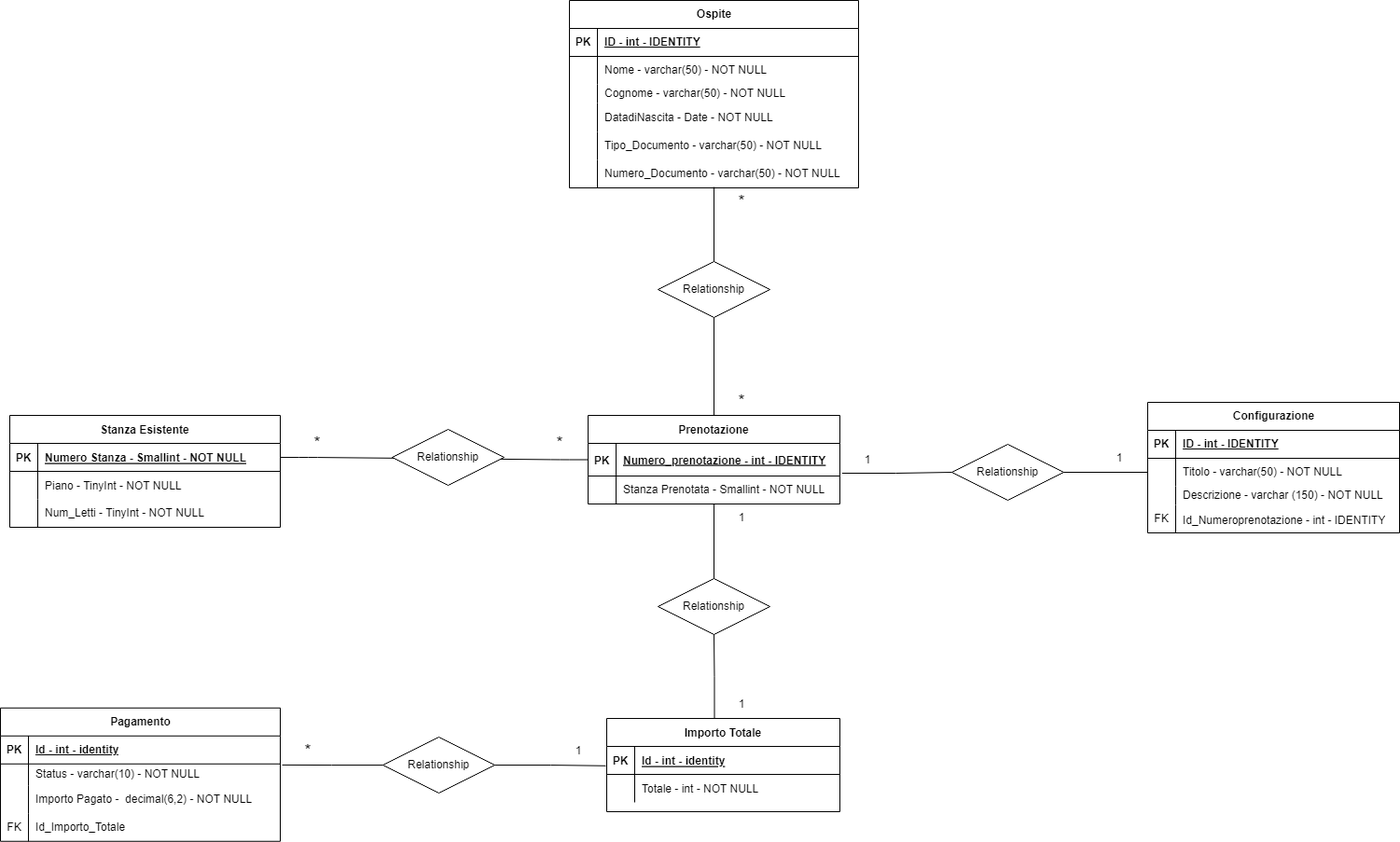
AlexFruitPunch/db-hotel-tecnico keeps this draw.io diagram as DiagrammaER-Hotel.png. Above is the earlier version. Source tidied: cells renumbered, new cells last; positions are measured from the earlier drawing's top-left corner, leaving out a move shared by most shapes.
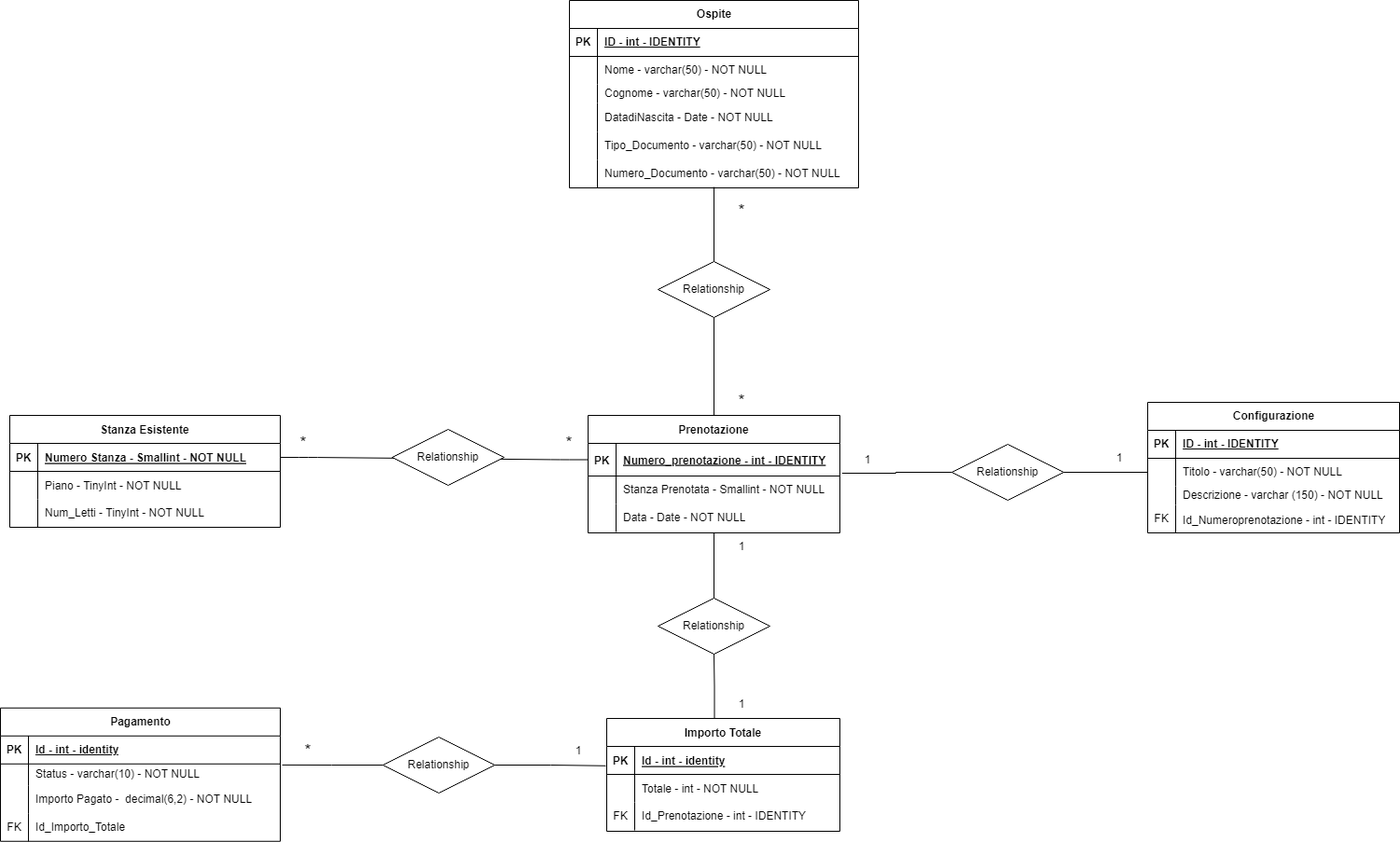
Above is the later version.

Commit message:
Sistemazione delle foreign key e alcuni dati mancanti

Change to the diagram source:
```diff
@@ -12,7 +12,7 @@
       <mxGeometry relative="1" as="geometry" />
     </mxCell>
     <mxCell id="5" value="Prenotazione" style="shape=table;startSize=30;rowLines=0;fontStyle=1;align=center;" parent="1" vertex="1">
-      <mxGeometry x="630" y="445" width="270" height="95" as="geometry" />
+      <mxGeometry x="630" y="445" width="270" height="126" as="geometry" />
     </mxCell>
     <mxCell id="6" style="shape=partialRectangle;fillColor=none;points=[[0,0.5],[1,0.5]];portConstraint=eastwest;top=0;left=0;right=0;bottom=1;" parent="5" vertex="1">
       <mxGeometry y="30" width="270" height="35" as="geometry" />
@@ -32,8 +32,17 @@
     <mxCell id="11" value="Stanza Prenotata - Smallint - NOT NULL&amp;nbsp;" style="shape=partialRectangle;fillColor=none;top=0;left=0;bottom=0;right=0;align=left;spacingLeft=6;overflow=hidden;fontSize=12;html=1;" parent="9" vertex="1">
       <mxGeometry x="30" width="240" height="30" as="geometry" />
     </mxCell>
+    <mxCell id="95" style="shape=tableRow;horizontal=0;startSize=0;swimlaneHead=0;swimlaneBody=0;fillColor=none;top=0;left=0;right=0;bottom=0;fontSize=12;html=1;" parent="5" vertex="1">
+      <mxGeometry y="95" width="270" height="30" as="geometry" />
+    </mxCell>
+    <mxCell id="96" style="shape=partialRectangle;fillColor=none;top=0;left=0;bottom=0;right=0;overflow=hidden;fontSize=12;html=1;" parent="95" vertex="1">
+      <mxGeometry width="30" height="30" as="geometry" />
+    </mxCell>
+    <mxCell id="97" value="Data - Date - NOT NULL" style="shape=partialRectangle;fillColor=none;top=0;left=0;bottom=0;right=0;align=left;spacingLeft=6;overflow=hidden;fontSize=12;html=1;" parent="95" vertex="1">
+      <mxGeometry x="30" width="240" height="30" as="geometry" />
+    </mxCell>
     <mxCell id="12" value="Importo Totale" style="shape=table;startSize=30;rowLines=0;fontStyle=1;align=center;" parent="1" vertex="1">
-      <mxGeometry x="650" y="770" width="250" height="100" as="geometry" />
+      <mxGeometry x="650" y="770" width="250" height="121" as="geometry" />
     </mxCell>
     <mxCell id="13" style="shape=partialRectangle;fillColor=none;points=[[0,0.5],[1,0.5]];portConstraint=eastwest;top=0;left=0;right=0;bottom=1;" parent="12" vertex="1">
       <mxGeometry y="30" width="250" height="30" as="geometry" />
@@ -53,6 +62,15 @@
     <mxCell id="18" value="Totale - int - NOT NULL" style="shape=partialRectangle;overflow=hidden;fillColor=none;top=0;left=0;bottom=0;right=0;align=left;spacingLeft=6;" parent="16" vertex="1">
       <mxGeometry x="30" width="220" height="30" as="geometry" />
     </mxCell>
+    <mxCell id="98" style="shape=tableRow;horizontal=0;startSize=0;swimlaneHead=0;swimlaneBody=0;fillColor=none;top=0;left=0;right=0;bottom=0;fontSize=12;html=1;" parent="12" vertex="1">
+      <mxGeometry y="90" width="250" height="30" as="geometry" />
+    </mxCell>
+    <mxCell id="99" value="FK" style="shape=partialRectangle;fillColor=none;top=0;left=0;bottom=0;right=0;fontStyle=0;overflow=hidden;fontSize=12;html=1;" parent="98" vertex="1">
+      <mxGeometry width="30" height="30" as="geometry" />
+    </mxCell>
+    <mxCell id="100" value="Id_Prenotazione - int - IDENTITY" style="shape=partialRectangle;fillColor=none;top=0;left=0;bottom=0;right=0;align=left;spacingLeft=6;fontStyle=0;overflow=hidden;fontSize=12;html=1;" parent="98" vertex="1">
+      <mxGeometry x="30" width="220" height="30" as="geometry" />
+    </mxCell>
     <mxCell id="19" value="Stanza Esistente" style="shape=table;startSize=30;rowLines=0;fontStyle=1;align=center;" parent="1" vertex="1">
       <mxGeometry x="10" y="445" width="290" height="120" as="geometry" />
     </mxCell>
@@ -87,13 +105,13 @@
       <mxGeometry x="420" y="460" width="120" height="60" as="geometry" />
     </mxCell>
     <mxCell id="30" value="*" style="text;html=1;strokeColor=none;fillColor=none;align=center;verticalAlign=middle;whiteSpace=wrap;rounded=0;fontSize=18;" parent="1" vertex="1">
-      <mxGeometry x="310" y="460" width="60" height="30" as="geometry" />
+      <mxGeometry x="295" y="460" width="60" height="30" as="geometry" />
     </mxCell>
     <mxCell id="31" value="*" style="text;html=1;strokeColor=none;fillColor=none;align=center;verticalAlign=middle;whiteSpace=wrap;rounded=0;fontSize=18;" parent="1" vertex="1">
-      <mxGeometry x="570" y="460" width="60" height="30" as="geometry" />
+      <mxGeometry x="580" y="460" width="60" height="30" as="geometry" />
     </mxCell>
     <mxCell id="32" value="Relationship" style="shape=rhombus;perimeter=rhombusPerimeter;whiteSpace=wrap;html=1;align=center;fontSize=12;" parent="1" vertex="1">
-      <mxGeometry x="705" y="620" width="120" height="60" as="geometry" />
+      <mxGeometry x="705" y="641" width="120" height="60" as="geometry" />
     </mxCell>
     <mxCell id="33" value="Pagamento" style="shape=table;startSize=30;rowLines=0;fontStyle=1;align=center;fontSize=12;html=1;" parent="1" vertex="1">
       <mxGeometry y="758.8" width="300" height="143" as="geometry" />
@@ -277,13 +295,13 @@
       <mxGeometry x="765" y="740" width="60" height="30" as="geometry" />
     </mxCell>
     <mxCell id="92" value="1" style="text;html=1;strokeColor=none;fillColor=none;align=center;verticalAlign=middle;whiteSpace=wrap;rounded=0;fontSize=12;" parent="1" vertex="1">
-      <mxGeometry x="765" y="540" width="60" height="30" as="geometry" />
+      <mxGeometry x="765" y="571" width="60" height="30" as="geometry" />
     </mxCell>
     <mxCell id="93" value="*" style="text;html=1;strokeColor=none;fillColor=none;align=center;verticalAlign=middle;whiteSpace=wrap;rounded=0;fontSize=18;" parent="1" vertex="1">
       <mxGeometry x="765" y="415" width="60" height="30" as="geometry" />
     </mxCell>
     <mxCell id="94" value="*" style="text;html=1;strokeColor=none;fillColor=none;align=center;verticalAlign=middle;whiteSpace=wrap;rounded=0;fontSize=18;" parent="1" vertex="1">
-      <mxGeometry x="765" y="201" width="60" height="30" as="geometry" />
+      <mxGeometry x="765" y="211" width="60" height="30" as="geometry" />
     </mxCell>
   </root>
 </mxGraphModel>
```
